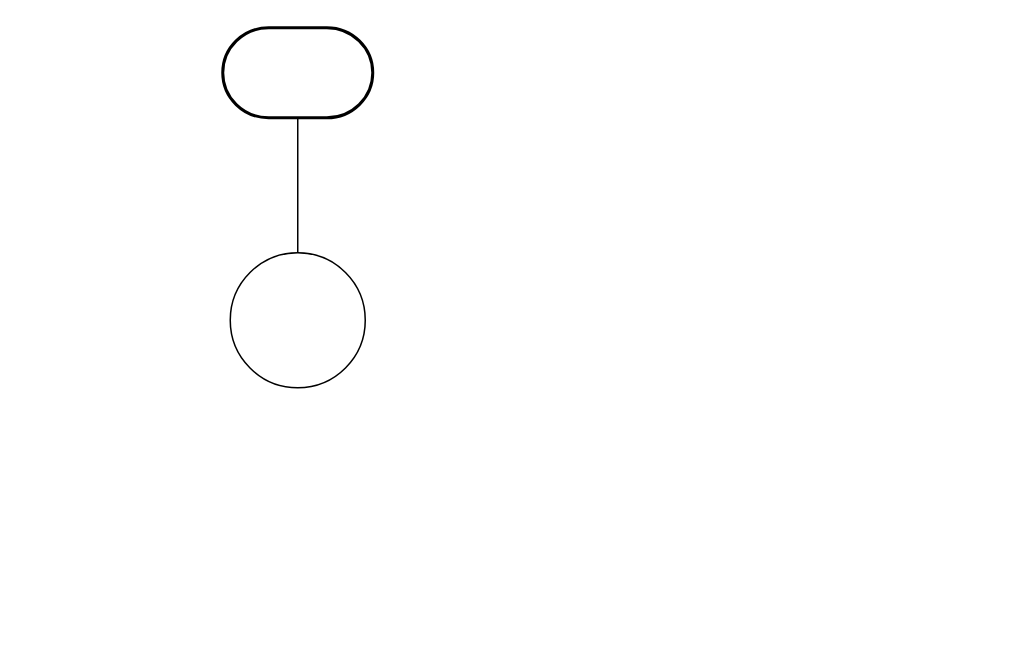
Before: diagrama.drawio in JoneVdr/adivinaunnumero, a draw.io diagram. Source tidied: cells renumbered, new cells numbered last; positions are measured from the earlier drawing's top-left corner, leaving out a move shared by most shapes. Both pictures are drawn from the tidied source at 150%, with x=0, y=0 at pixel (222, 27).
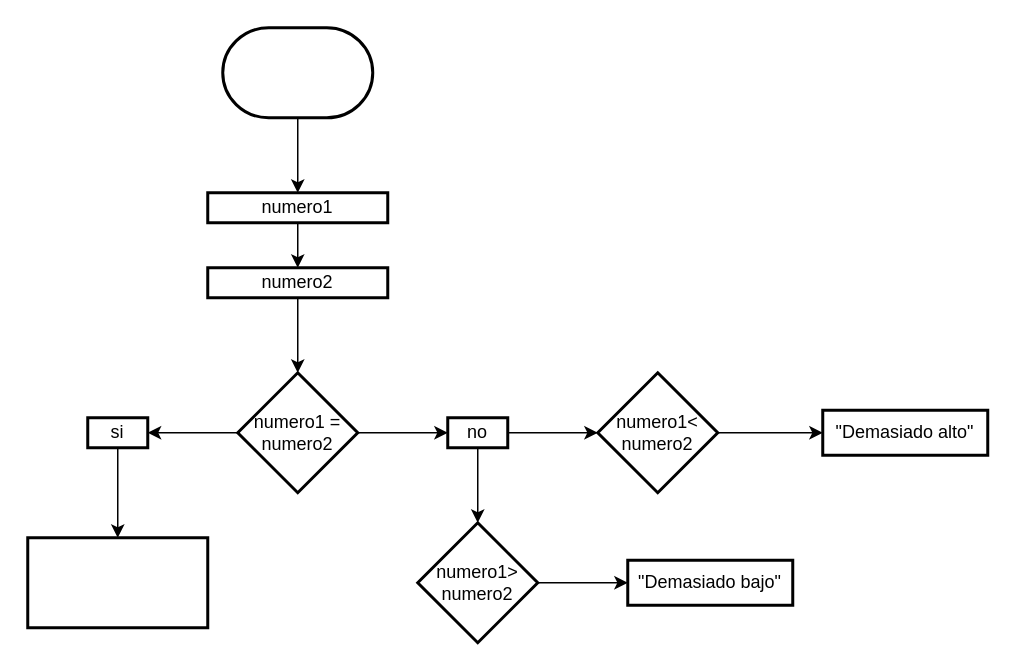
The same diagram, later.

The change refers to these unchanged cells:
```xml
<mxCell id="3" style="strokeWidth=2;html=1;shape=mxgraph.flowchart.terminator;whiteSpace=wrap;" parent="1" vertex="1">
  <mxGeometry width="100" height="60" as="geometry" />
</mxCell>
```

What changed in the source:
```diff
@@
-    <mxCell id="2" style="edgeStyle=none;html=1;" parent="1" edge="1" source="3">
-      <mxGeometry relative="1" as="geometry">
-        <mxPoint x="50" y="170" as="targetPoint" />
-      </mxGeometry>
-    </mxCell>
+    <mxCell id="5" style="edgeStyle=none;html=1;" parent="1" edge="1" source="3" target="7">
+      <mxGeometry relative="1" as="geometry" />
+    </mxCell>
@@
-    <mxCell id="4" style="verticalLabelPosition=bottom;verticalAlign=top;html=1;shape=mxgraph.flowchart.on-page_reference;" parent="1" vertex="1">
-      <mxGeometry x="5" y="150" width="90" height="90" as="geometry" />
-    </mxCell>
+    <mxCell id="6" style="edgeStyle=none;html=1;" parent="1" edge="1" source="7" target="9">
+      <mxGeometry relative="1" as="geometry" />
+    </mxCell>
+    <mxCell id="7" value="numero1" style="whiteSpace=wrap;html=1;strokeWidth=2;" parent="1" vertex="1">
+      <mxGeometry x="-10" y="110" width="120" height="20" as="geometry" />
+    </mxCell>
+    <mxCell id="8" style="edgeStyle=none;html=1;" parent="1" edge="1" source="9" target="12">
+      <mxGeometry relative="1" as="geometry" />
+    </mxCell>
+    <mxCell id="9" value="numero2" style="whiteSpace=wrap;html=1;strokeWidth=2;" parent="1" vertex="1">
+      <mxGeometry x="-10" y="160" width="120" height="20" as="geometry" />
+    </mxCell>
+    <mxCell id="10" style="edgeStyle=none;html=1;" parent="1" edge="1" source="12" target="15">
+      <mxGeometry relative="1" as="geometry" />
+    </mxCell>
+    <mxCell id="11" style="edgeStyle=none;html=1;" parent="1" edge="1" source="12" target="23">
+      <mxGeometry relative="1" as="geometry" />
+    </mxCell>
+    <mxCell id="12" value="numero1 = numero2" style="rhombus;whiteSpace=wrap;html=1;strokeWidth=2;" parent="1" vertex="1">
+      <mxGeometry x="10" y="230" width="80" height="80" as="geometry" />
+    </mxCell>
+    <mxCell id="13" style="edgeStyle=none;html=1;" parent="1" edge="1" source="15" target="17">
+      <mxGeometry relative="1" as="geometry" />
+    </mxCell>
+    <mxCell id="14" style="edgeStyle=none;html=1;" parent="1" edge="1" source="15" target="19">
+      <mxGeometry relative="1" as="geometry" />
+    </mxCell>
+    <mxCell id="15" value="no" style="whiteSpace=wrap;html=1;strokeWidth=2;" parent="1" vertex="1">
+      <mxGeometry x="150" y="260" width="40" height="20" as="geometry" />
+    </mxCell>
+    <mxCell id="16" style="edgeStyle=none;html=1;" parent="1" edge="1" source="17" target="20">
+      <mxGeometry relative="1" as="geometry" />
+    </mxCell>
+    <mxCell id="17" value="numero1&amp;lt; numero2" style="rhombus;whiteSpace=wrap;html=1;strokeWidth=2;" parent="1" vertex="1">
+      <mxGeometry x="250" y="230" width="80" height="80" as="geometry" />
+    </mxCell>
+    <mxCell id="18" style="edgeStyle=none;html=1;" parent="1" edge="1" source="19" target="21">
+      <mxGeometry relative="1" as="geometry" />
+    </mxCell>
+    <mxCell id="19" value="numero1&amp;gt; numero2" style="rhombus;whiteSpace=wrap;html=1;strokeWidth=2;" parent="1" vertex="1">
+      <mxGeometry x="130" y="330" width="80" height="80" as="geometry" />
+    </mxCell>
+    <mxCell id="20" value="&quot;Demasiado alto&quot;" style="whiteSpace=wrap;html=1;strokeWidth=2;" parent="1" vertex="1">
+      <mxGeometry x="400" y="255" width="110" height="30" as="geometry" />
+    </mxCell>
+    <mxCell id="21" value="&quot;Demasiado bajo&quot;" style="whiteSpace=wrap;html=1;strokeWidth=2;" parent="1" vertex="1">
+      <mxGeometry x="270" y="355" width="110" height="30" as="geometry" />
+    </mxCell>
+    <mxCell id="22" style="edgeStyle=none;html=1;" parent="1" edge="1" source="23" target="24">
+      <mxGeometry relative="1" as="geometry" />
+    </mxCell>
+    <mxCell id="23" value="si" style="whiteSpace=wrap;html=1;strokeWidth=2;" parent="1" vertex="1">
+      <mxGeometry x="-90" y="260" width="40" height="20" as="geometry" />
+    </mxCell>
+    <mxCell id="24" style="whiteSpace=wrap;html=1;strokeWidth=2;" parent="1" vertex="1">
+      <mxGeometry x="-130" y="340" width="120" height="60" as="geometry" />
+    </mxCell>
```
